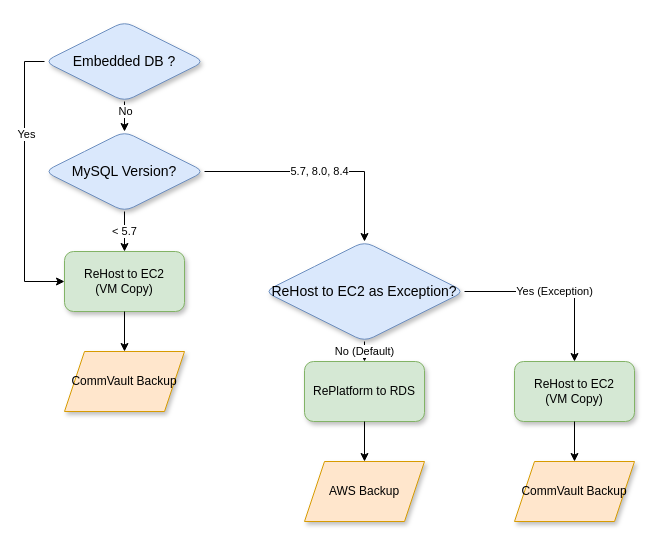
This is MySQL-DecisionTree.drawio from anthonygea/mycv, a draw.io file, before an edit. Source tidied: cells renumbered, new cells numbered last; positions are measured from the earlier drawing's top-left corner, leaving out a move shared by most shapes. Both pictures are drawn from the tidied source at 100%, with x=0, y=0 at pixel (44, 21).
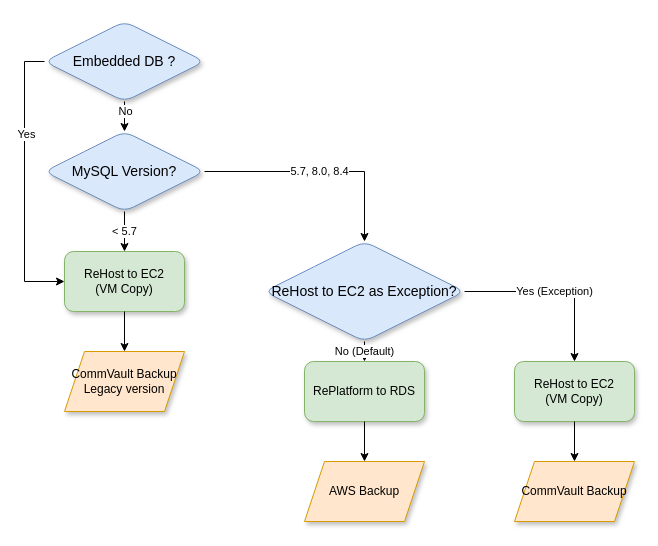
The same diagram, later.

Commit message:
Mettre à jour MySQL-DecisionTree.drawio

The edit, as a diff of the source:
```diff
@@
-    <mxCell id="6" value="CommVault Backup" style="shape=parallelogram;perimeter=parallelogramPerimeter;whiteSpace=wrap;html=1;fixedSize=1;shadow=1;fontFamily=Helvetica;fontSize=12;fillColor=#ffe6cc;strokeColor=#d79b00;" parent="1" vertex="1">
+    <mxCell id="6" value="CommVault Backup&lt;div&gt;Legacy version&lt;/div&gt;" style="shape=parallelogram;perimeter=parallelogramPerimeter;whiteSpace=wrap;html=1;fixedSize=1;shadow=1;fontFamily=Helvetica;fontSize=12;fillColor=#ffe6cc;strokeColor=#d79b00;" parent="1" vertex="1">
       <mxGeometry x="20" y="330" width="120" height="60" as="geometry" />
     </mxCell>
```
